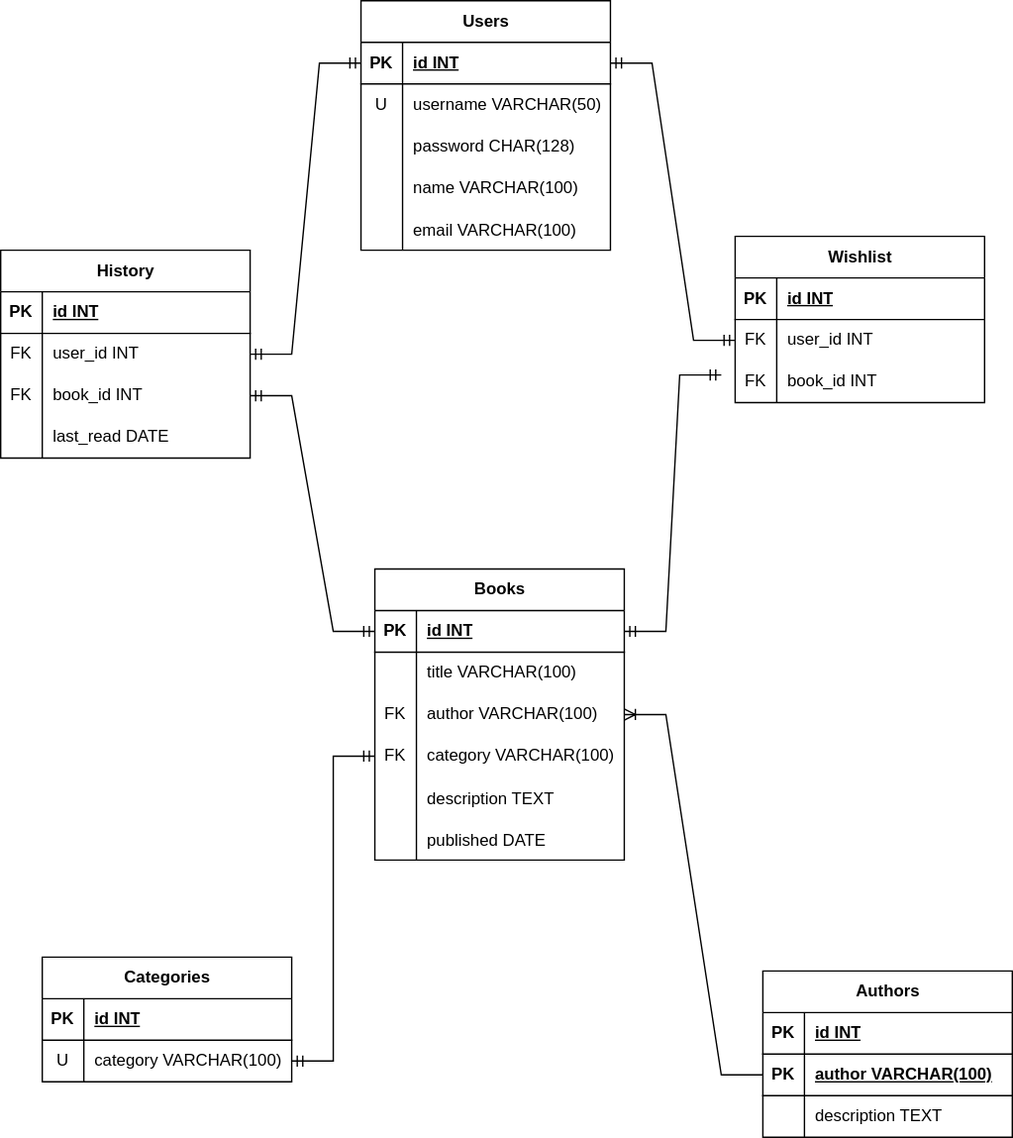
Above: ERD.svg in 3V2T/WebApp (draw.io), before the change. Source tidied: cells renumbered, new cells last; positions are measured from the earlier drawing's top-left corner, leaving out a move shared by most shapes.
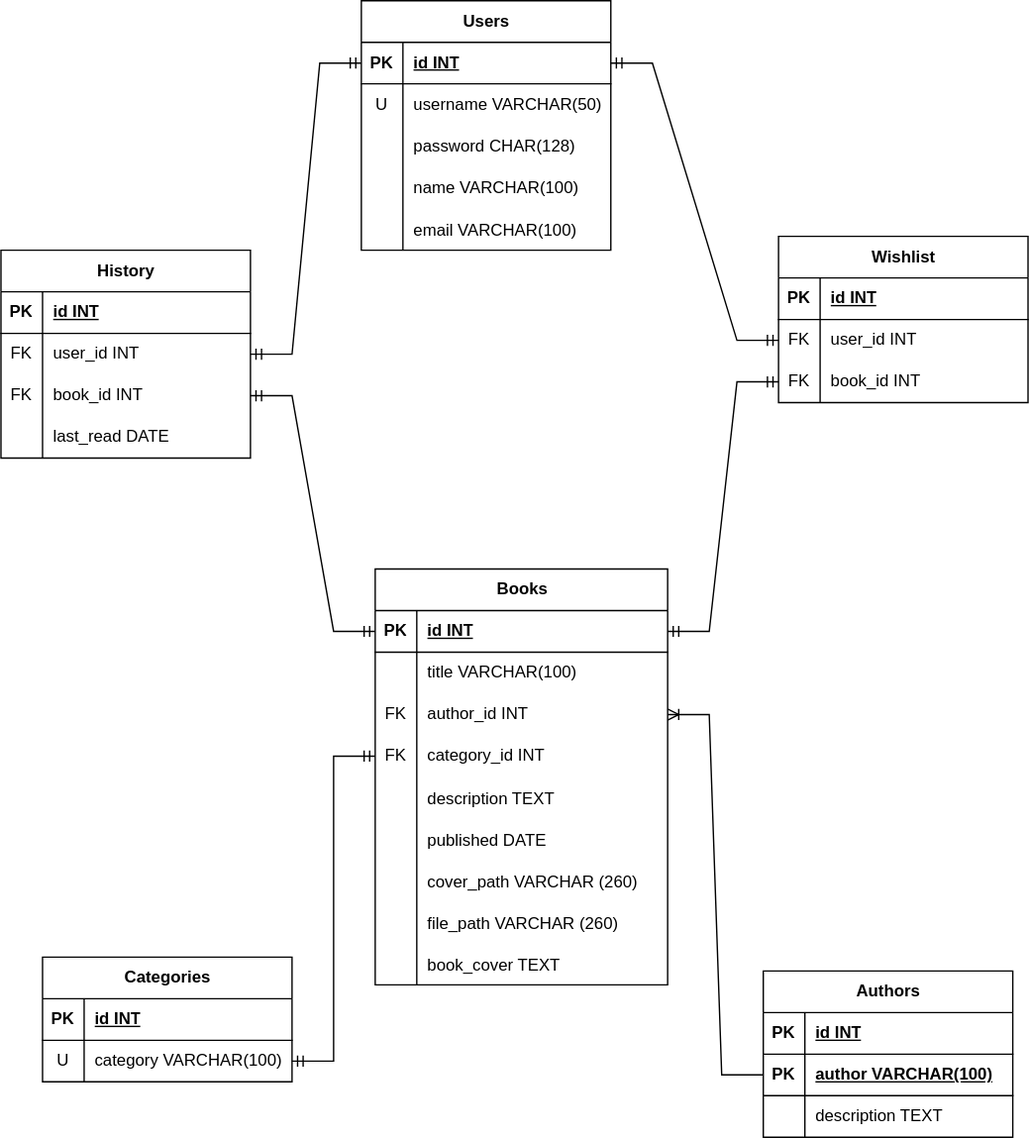
After the change.

What changed in the source:
```diff
@@ -54,62 +54,89 @@
       <mxGeometry x="30" width="150" height="30" as="geometry" />
     </mxCell>
     <mxCell id="19" value="Books" style="shape=table;startSize=30;rowLines=0;fontStyle=1;align=center;html=1;" parent="1" vertex="1">
-      <mxGeometry x="270" y="490" width="180" height="210" as="geometry" />
+      <mxGeometry x="270" y="490" width="211" height="300" as="geometry" />
     </mxCell>
     <mxCell id="20" style="shape=tableRow;horizontal=0;startSize=0;swimlaneHead=0;swimlaneBody=0;fillColor=none;points=[[0,0.5],[1,0.5]];portConstraint=eastwest;top=0;left=0;right=0;bottom=1;" parent="19" vertex="1">
-      <mxGeometry y="30" width="180" height="30" as="geometry" />
+      <mxGeometry y="30" width="211" height="30" as="geometry" />
     </mxCell>
     <mxCell id="21" value="PK" style="shape=partialRectangle;fillColor=none;top=0;left=0;bottom=0;right=0;fontStyle=1;overflow=hidden;whiteSpace=wrap;html=1;" parent="20" vertex="1">
       <mxGeometry width="30" height="30" as="geometry" />
     </mxCell>
     <mxCell id="22" value="id INT" style="shape=partialRectangle;fillColor=none;top=0;left=0;bottom=0;right=0;align=left;spacingLeft=6;fontStyle=5;overflow=hidden;whiteSpace=wrap;html=1;" parent="20" vertex="1">
-      <mxGeometry x="30" width="150" height="30" as="geometry" />
+      <mxGeometry x="30" width="181" height="30" as="geometry" />
     </mxCell>
     <mxCell id="23" style="shape=tableRow;horizontal=0;startSize=0;swimlaneHead=0;swimlaneBody=0;fillColor=none;top=0;left=0;right=0;bottom=0;" parent="19" vertex="1">
-      <mxGeometry y="60" width="180" height="30" as="geometry" />
+      <mxGeometry y="60" width="211" height="30" as="geometry" />
     </mxCell>
     <mxCell id="24" style="shape=partialRectangle;fillColor=none;top=0;left=0;bottom=0;right=0;overflow=hidden;whiteSpace=wrap;html=1;" parent="23" vertex="1">
       <mxGeometry width="30" height="30" as="geometry" />
     </mxCell>
     <mxCell id="25" value="title VARCHAR(100)" style="shape=partialRectangle;fillColor=none;top=0;left=0;bottom=0;right=0;align=left;spacingLeft=6;overflow=hidden;whiteSpace=wrap;html=1;" parent="23" vertex="1">
-      <mxGeometry x="30" width="150" height="30" as="geometry" />
+      <mxGeometry x="30" width="181" height="30" as="geometry" />
     </mxCell>
     <mxCell id="26" style="shape=tableRow;horizontal=0;startSize=0;swimlaneHead=0;swimlaneBody=0;fillColor=none;points=[[0,0.5],[1,0.5]];portConstraint=eastwest;top=0;left=0;right=0;bottom=0;" parent="19" vertex="1">
-      <mxGeometry y="90" width="180" height="30" as="geometry" />
+      <mxGeometry y="90" width="211" height="30" as="geometry" />
     </mxCell>
     <mxCell id="27" value="FK" style="shape=partialRectangle;fillColor=none;top=0;left=0;bottom=0;right=0;fontStyle=0;overflow=hidden;whiteSpace=wrap;html=1;" parent="26" vertex="1">
       <mxGeometry width="30" height="30" as="geometry" />
     </mxCell>
-    <mxCell id="28" value="author VARCHAR(100)" style="shape=partialRectangle;fillColor=none;top=0;left=0;bottom=0;right=0;align=left;spacingLeft=6;fontStyle=0;overflow=hidden;whiteSpace=wrap;html=1;" parent="26" vertex="1">
-      <mxGeometry x="30" width="150" height="30" as="geometry" />
+    <mxCell id="28" value="author_id INT" style="shape=partialRectangle;fillColor=none;top=0;left=0;bottom=0;right=0;align=left;spacingLeft=6;fontStyle=0;overflow=hidden;whiteSpace=wrap;html=1;" parent="26" vertex="1">
+      <mxGeometry x="30" width="181" height="30" as="geometry" />
     </mxCell>
     <mxCell id="29" style="shape=tableRow;horizontal=0;startSize=0;swimlaneHead=0;swimlaneBody=0;fillColor=none;points=[[0,0.5],[1,0.5]];portConstraint=eastwest;top=0;left=0;right=0;bottom=0;" parent="19" vertex="1">
-      <mxGeometry y="120" width="180" height="30" as="geometry" />
+      <mxGeometry y="120" width="211" height="30" as="geometry" />
     </mxCell>
     <mxCell id="30" value="FK" style="shape=partialRectangle;fillColor=none;top=0;left=0;bottom=0;right=0;fontStyle=0;overflow=hidden;whiteSpace=wrap;html=1;" parent="29" vertex="1">
       <mxGeometry width="30" height="30" as="geometry" />
     </mxCell>
-    <mxCell id="31" value="category VARCHAR(100)" style="shape=partialRectangle;fillColor=none;top=0;left=0;bottom=0;right=0;align=left;spacingLeft=6;fontStyle=0;overflow=hidden;whiteSpace=wrap;html=1;" parent="29" vertex="1">
-      <mxGeometry x="30" width="150" height="30" as="geometry" />
+    <mxCell id="31" value="category_id INT" style="shape=partialRectangle;fillColor=none;top=0;left=0;bottom=0;right=0;align=left;spacingLeft=6;fontStyle=0;overflow=hidden;whiteSpace=wrap;html=1;" parent="29" vertex="1">
+      <mxGeometry x="30" width="181" height="30" as="geometry" />
     </mxCell>
     <mxCell id="32" style="shape=tableRow;horizontal=0;startSize=0;swimlaneHead=0;swimlaneBody=0;fillColor=none;top=0;left=0;right=0;bottom=0;" parent="19" vertex="1">
-      <mxGeometry y="150" width="180" height="30" as="geometry" />
+      <mxGeometry y="150" width="211" height="30" as="geometry" />
     </mxCell>
     <mxCell id="33" style="shape=partialRectangle;fillColor=none;top=0;left=0;bottom=0;right=0;overflow=hidden;" parent="32" vertex="1">
       <mxGeometry width="30" height="30" as="geometry" />
     </mxCell>
     <mxCell id="34" value="description TEXT" style="shape=partialRectangle;fillColor=none;top=0;left=0;bottom=0;right=0;align=left;spacingLeft=6;overflow=hidden;" parent="32" vertex="1">
-      <mxGeometry x="30" width="150" height="30" as="geometry" />
+      <mxGeometry x="30" width="181" height="30" as="geometry" />
     </mxCell>
     <mxCell id="35" style="shape=tableRow;horizontal=0;startSize=0;swimlaneHead=0;swimlaneBody=0;fillColor=none;top=0;left=0;right=0;bottom=0;" parent="19" vertex="1">
-      <mxGeometry y="180" width="180" height="30" as="geometry" />
+      <mxGeometry y="180" width="211" height="30" as="geometry" />
     </mxCell>
     <mxCell id="36" style="shape=partialRectangle;fillColor=none;top=0;left=0;bottom=0;right=0;overflow=hidden;" parent="35" vertex="1">
       <mxGeometry width="30" height="30" as="geometry" />
     </mxCell>
     <mxCell id="37" value="published DATE" style="shape=partialRectangle;fillColor=none;top=0;left=0;bottom=0;right=0;align=left;spacingLeft=6;overflow=hidden;" parent="35" vertex="1">
-      <mxGeometry x="30" width="150" height="30" as="geometry" />
+      <mxGeometry x="30" width="181" height="30" as="geometry" />
     </mxCell>
+    <mxCell id="83" style="shape=tableRow;horizontal=0;startSize=0;swimlaneHead=0;swimlaneBody=0;fillColor=none;top=0;left=0;right=0;bottom=0;" parent="19" vertex="1">
+      <mxGeometry y="210" width="211" height="30" as="geometry" />
+    </mxCell>
+    <mxCell id="84" style="shape=partialRectangle;fillColor=none;top=0;left=0;bottom=0;right=0;overflow=hidden;" parent="83" vertex="1">
+      <mxGeometry width="30" height="30" as="geometry" />
+    </mxCell>
+    <mxCell id="85" value="cover_path VARCHAR (260)" style="shape=partialRectangle;fillColor=none;top=0;left=0;bottom=0;right=0;align=left;spacingLeft=6;overflow=hidden;" parent="83" vertex="1">
+      <mxGeometry x="30" width="181" height="30" as="geometry" />
+    </mxCell>
+    <mxCell id="86" style="shape=tableRow;horizontal=0;startSize=0;swimlaneHead=0;swimlaneBody=0;fillColor=none;top=0;left=0;right=0;bottom=0;" parent="19" vertex="1">
+      <mxGeometry y="240" width="211" height="30" as="geometry" />
+    </mxCell>
+    <mxCell id="87" style="shape=partialRectangle;fillColor=none;top=0;left=0;bottom=0;right=0;overflow=hidden;" parent="86" vertex="1">
+      <mxGeometry width="30" height="30" as="geometry" />
+    </mxCell>
+    <mxCell id="88" value="file_path VARCHAR (260)" style="shape=partialRectangle;fillColor=none;top=0;left=0;bottom=0;right=0;align=left;spacingLeft=6;overflow=hidden;" parent="86" vertex="1">
+      <mxGeometry x="30" width="181" height="30" as="geometry" />
+    </mxCell>
+    <mxCell id="89" style="shape=tableRow;horizontal=0;startSize=0;swimlaneHead=0;swimlaneBody=0;fillColor=none;top=0;left=0;right=0;bottom=0;" parent="19" vertex="1">
+      <mxGeometry y="270" width="211" height="30" as="geometry" />
+    </mxCell>
+    <mxCell id="90" style="shape=partialRectangle;fillColor=none;top=0;left=0;bottom=0;right=0;overflow=hidden;" parent="89" vertex="1">
+      <mxGeometry width="30" height="30" as="geometry" />
+    </mxCell>
+    <mxCell id="91" value="book_cover TEXT" style="shape=partialRectangle;fillColor=none;top=0;left=0;bottom=0;right=0;align=left;spacingLeft=6;overflow=hidden;" parent="89" vertex="1">
+      <mxGeometry x="30" width="181" height="30" as="geometry" />
+    </mxCell>
     <mxCell id="38" value="History" style="shape=table;startSize=30;rowLines=0;fontStyle=1;align=center;html=1;" parent="1" vertex="1">
       <mxGeometry y="260" width="180" height="150" as="geometry" />
     </mxCell>
@@ -150,7 +177,7 @@
       <mxGeometry x="30" width="150" height="30" as="geometry" />
     </mxCell>
     <mxCell id="51" value="Wishlist" style="shape=table;startSize=30;rowLines=0;fontStyle=1;align=center;html=1;" parent="1" vertex="1">
-      <mxGeometry x="530" y="250" width="180" height="120" as="geometry" />
+      <mxGeometry x="561" y="250" width="180" height="120" as="geometry" />
     </mxCell>
     <mxCell id="52" style="shape=tableRow;horizontal=0;startSize=0;swimlaneHead=0;swimlaneBody=0;fillColor=none;top=0;left=0;right=0;bottom=1;" parent="51" vertex="1">
       <mxGeometry y="30" width="180" height="30" as="geometry" />
@@ -227,10 +254,8 @@
     <mxCell id="76" value="email VARCHAR(100)" style="shape=partialRectangle;fillColor=none;top=0;left=0;bottom=0;right=0;align=left;spacingLeft=6;overflow=hidden;" parent="74" vertex="1">
       <mxGeometry x="30" width="150" height="30" as="geometry" />
     </mxCell>
-    <mxCell id="77" style="edgeStyle=entityRelationEdgeStyle;fontSize=12;html=1;endArrow=ERmandOne;startArrow=ERmandOne;rounded=0;exitX=1;exitY=0.5;exitDx=0;exitDy=0;" parent="1" edge="1" source="20">
-      <mxGeometry relative="1" as="geometry">
-        <mxPoint x="520" y="350" as="targetPoint" />
-      </mxGeometry>
+    <mxCell id="77" style="edgeStyle=entityRelationEdgeStyle;fontSize=12;html=1;endArrow=ERmandOne;startArrow=ERmandOne;rounded=0;exitX=1;exitY=0.5;exitDx=0;exitDy=0;entryX=0;entryY=0.5;entryDx=0;entryDy=0;" parent="1" edge="1" source="20" target="58">
+      <mxGeometry relative="1" as="geometry" />
     </mxCell>
     <mxCell id="78" style="edgeStyle=entityRelationEdgeStyle;fontSize=12;html=1;endArrow=ERmandOne;startArrow=ERmandOne;rounded=0;exitX=0;exitY=0.5;exitDx=0;exitDy=0;" parent="1" edge="1" source="55" target="62">
       <mxGeometry relative="1" as="geometry">
```
